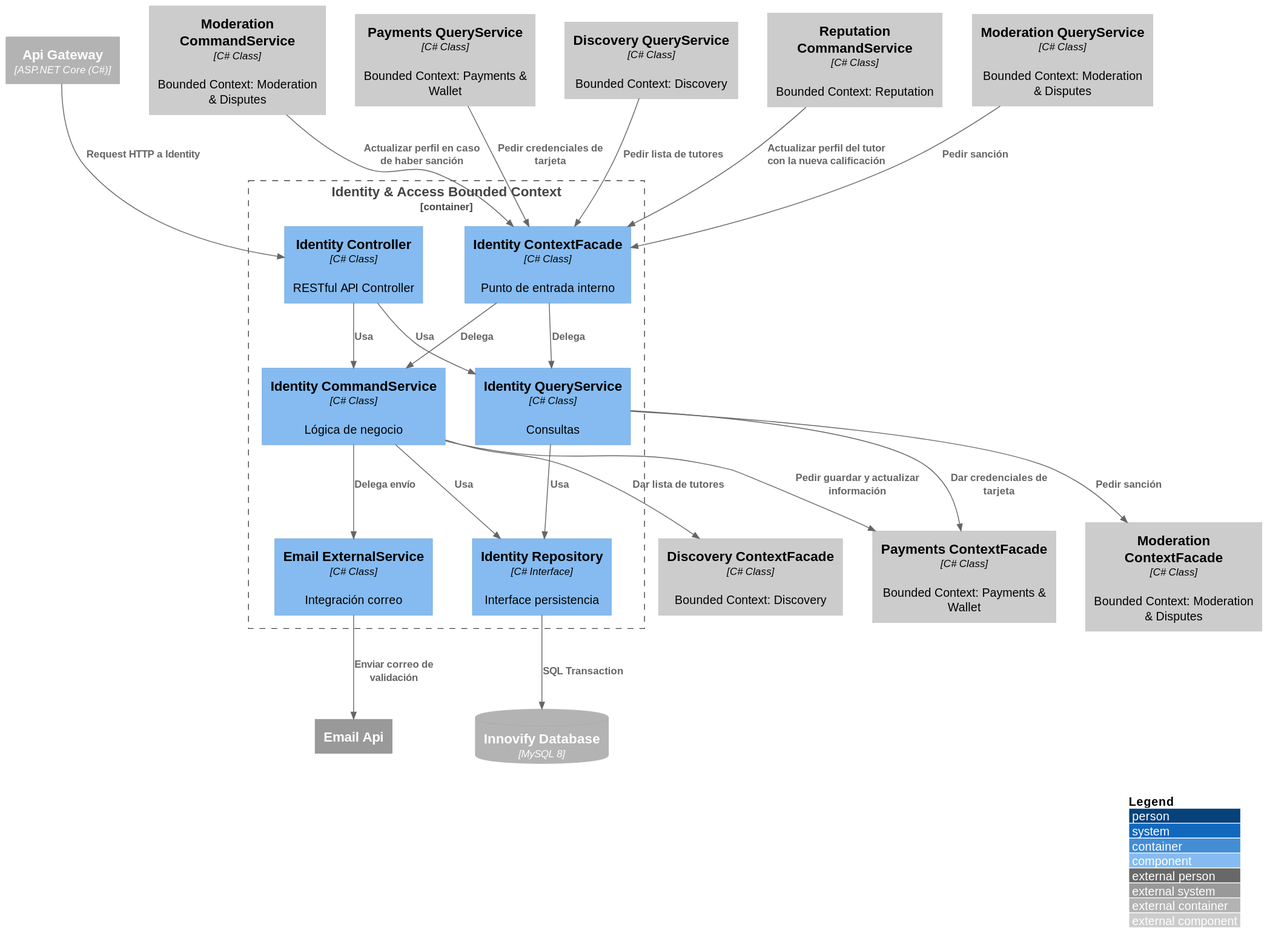
The PlantUML diagram images-doc/IdentityComponent.svg in Aplicaciones-Dispositivos-Moviles/SkillSwap-ProjectReport, before a commit. Source of this version:
```plantuml
@startuml
!include https://raw.githubusercontent.com/plantuml-stdlib/C4-PlantUML/master/C4_Component.puml

LAYOUT_WITH_LEGEND()

Container_Ext(apiGateway, "Api Gateway", "ASP.NET Core (C#)")
ContainerDb_Ext(mainDB, "Innovify Database", "MySQL 8")
System_Ext(emailService, "Email Api")

Container_Boundary(identityBC, "Identity & Access Bounded Context") {
    Component(identityController, "Identity Controller", "C# Class", "RESTful API Controller")
    Component(identityCommandService, "Identity CommandService", "C# Class", "Lógica de negocio")
    Component(identityQueryService, "Identity QueryService", "C# Class", "Consultas")
    Component(identityRepository, "Identity Repository", "C# Interface", "Interface persistencia")
    Component(emailExternal, "Email ExternalService", "C# Class", "Integración correo")
    Component(identityContextFacade, "Identity ContextFacade", "C# Class", "Punto de entrada interno")
}

Component_Ext(billingContextFacade, "Payments ContextFacade", "C# Class", "Bounded Context: Payments & Wallet")
Component_Ext(moderationContextFacade, "Moderation ContextFacade", "C# Class", "Bounded Context: Moderation & Disputes")
Component_Ext(discoveryContextFacade, "Discovery ContextFacade", "C# Class", "Bounded Context: Discovery")

Component_Ext(discoveryQueryService, "Discovery QueryService", "C# Class", "Bounded Context: Discovery")
Component_Ext(reputationCommandService, "Reputation CommandService", "C# Class", "Bounded Context: Reputation")
Component_Ext(moderationQueryService, "Moderation QueryService", "C# Class", "Bounded Context: Moderation & Disputes")
Component_Ext(moderationCommandService, "Moderation CommandService", "C# Class", "Bounded Context: Moderation & Disputes")
Component_Ext(billingQueryService, "Payments QueryService", "C# Class", "Bounded Context: Payments & Wallet")

Rel(apiGateway, identityController, "Request HTTP a Identity")
Rel(identityController, identityCommandService, "Usa")
Rel(identityController, identityQueryService, "Usa")
Rel(identityCommandService, identityRepository, "Usa")
Rel(identityQueryService, identityRepository, "Usa")
Rel(identityRepository, mainDB, "SQL Transaction")

Rel(identityCommandService, emailExternal, "Delega envío")
Rel(emailExternal, emailService, "Enviar correo de validación")

Rel(identityCommandService, billingContextFacade, "Pedir guardar y actualizar información")
Rel(identityQueryService, moderationContextFacade, "Pedir sanción")
Rel(identityQueryService, billingContextFacade, "Dar credenciales de tarjeta")
Rel(identityCommandService, discoveryContextFacade, "Dar lista de tutores")

Rel(identityContextFacade, identityCommandService, "Delega")
Rel(identityContextFacade, identityQueryService, "Delega")

Rel(discoveryQueryService, identityContextFacade, "Pedir lista de tutores")
Rel(reputationCommandService, identityContextFacade, "Actualizar perfil del tutor con la nueva calificación")
Rel(moderationQueryService, identityContextFacade, "Pedir sanción")
Rel(moderationCommandService, identityContextFacade, "Actualizar perfil en caso de haber sanción")
Rel(billingQueryService, identityContextFacade, "Pedir credenciales de tarjeta")
@enduml
```
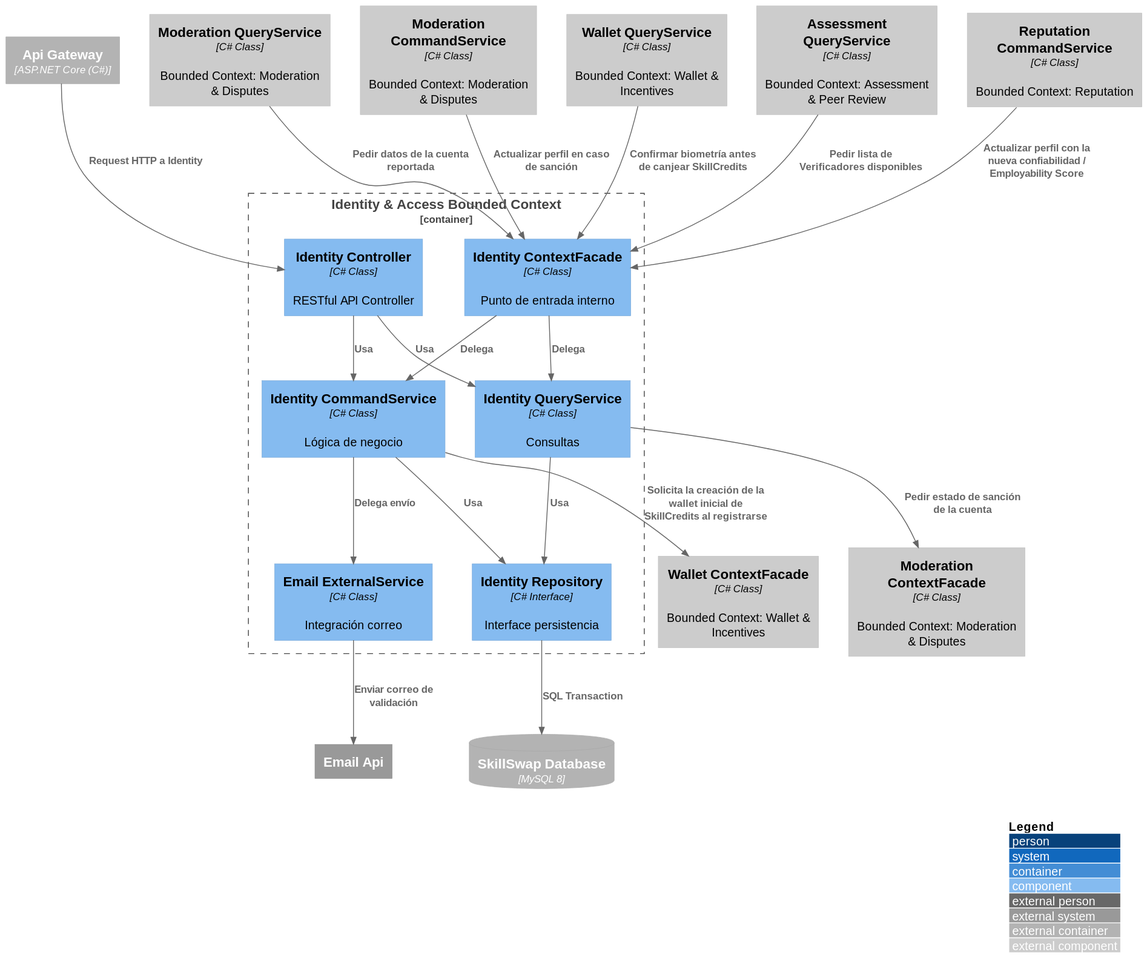
After the commit.

What changed in the source:
```diff
@@ -4,7 +4,7 @@
 LAYOUT_WITH_LEGEND()
 
 Container_Ext(apiGateway, "Api Gateway", "ASP.NET Core (C#)")
-ContainerDb_Ext(mainDB, "Innovify Database", "MySQL 8")
+ContainerDb_Ext(mainDB, "SkillSwap Database", "MySQL 8")
 System_Ext(emailService, "Email Api")
 
 Container_Boundary(identityBC, "Identity & Access Bounded Context") {
@@ -16,15 +16,14 @@
     Component(identityContextFacade, "Identity ContextFacade", "C# Class", "Punto de entrada interno")
 }
 
-Component_Ext(billingContextFacade, "Payments ContextFacade", "C# Class", "Bounded Context: Payments & Wallet")
+Component_Ext(walletContextFacade, "Wallet ContextFacade", "C# Class", "Bounded Context: Wallet & Incentives")
 Component_Ext(moderationContextFacade, "Moderation ContextFacade", "C# Class", "Bounded Context: Moderation & Disputes")
-Component_Ext(discoveryContextFacade, "Discovery ContextFacade", "C# Class", "Bounded Context: Discovery")
 
-Component_Ext(discoveryQueryService, "Discovery QueryService", "C# Class", "Bounded Context: Discovery")
+Component_Ext(assessmentQueryService, "Assessment QueryService", "C# Class", "Bounded Context: Assessment & Peer Review")
 Component_Ext(reputationCommandService, "Reputation CommandService", "C# Class", "Bounded Context: Reputation")
 Component_Ext(moderationQueryService, "Moderation QueryService", "C# Class", "Bounded Context: Moderation & Disputes")
 Component_Ext(moderationCommandService, "Moderation CommandService", "C# Class", "Bounded Context: Moderation & Disputes")
-Component_Ext(billingQueryService, "Payments QueryService", "C# Class", "Bounded Context: Payments & Wallet")
+Component_Ext(walletQueryService, "Wallet QueryService", "C# Class", "Bounded Context: Wallet & Incentives")
 
 Rel(apiGateway, identityController, "Request HTTP a Identity")
 Rel(identityController, identityCommandService, "Usa")
@@ -36,17 +35,15 @@
 Rel(identityCommandService, emailExternal, "Delega envío")
 Rel(emailExternal, emailService, "Enviar correo de validación")
 
-Rel(identityCommandService, billingContextFacade, "Pedir guardar y actualizar información")
-Rel(identityQueryService, moderationContextFacade, "Pedir sanción")
-Rel(identityQueryService, billingContextFacade, "Dar credenciales de tarjeta")
-Rel(identityCommandService, discoveryContextFacade, "Dar lista de tutores")
+Rel(identityCommandService, walletContextFacade, "Solicita la creación de la wallet inicial de SkillCredits al registrarse")
+Rel(identityQueryService, moderationContextFacade, "Pedir estado de sanción de la cuenta")
 
 Rel(identityContextFacade, identityCommandService, "Delega")
 Rel(identityContextFacade, identityQueryService, "Delega")
 
-Rel(discoveryQueryService, identityContextFacade, "Pedir lista de tutores")
-Rel(reputationCommandService, identityContextFacade, "Actualizar perfil del tutor con la nueva calificación")
-Rel(moderationQueryService, identityContextFacade, "Pedir sanción")
-Rel(moderationCommandService, identityContextFacade, "Actualizar perfil en caso de haber sanción")
-Rel(billingQueryService, identityContextFacade, "Pedir credenciales de tarjeta")
+Rel(assessmentQueryService, identityContextFacade, "Pedir lista de Verificadores disponibles")
+Rel(reputationCommandService, identityContextFacade, "Actualizar perfil con la nueva confiabilidad / Employability Score")
+Rel(moderationQueryService, identityContextFacade, "Pedir datos de la cuenta reportada")
+Rel(moderationCommandService, identityContextFacade, "Actualizar perfil en caso de sanción")
+Rel(walletQueryService, identityContextFacade, "Confirmar biometría antes de canjear SkillCredits")
 @enduml
```
